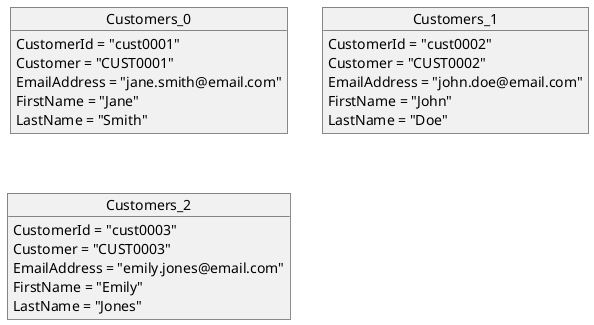
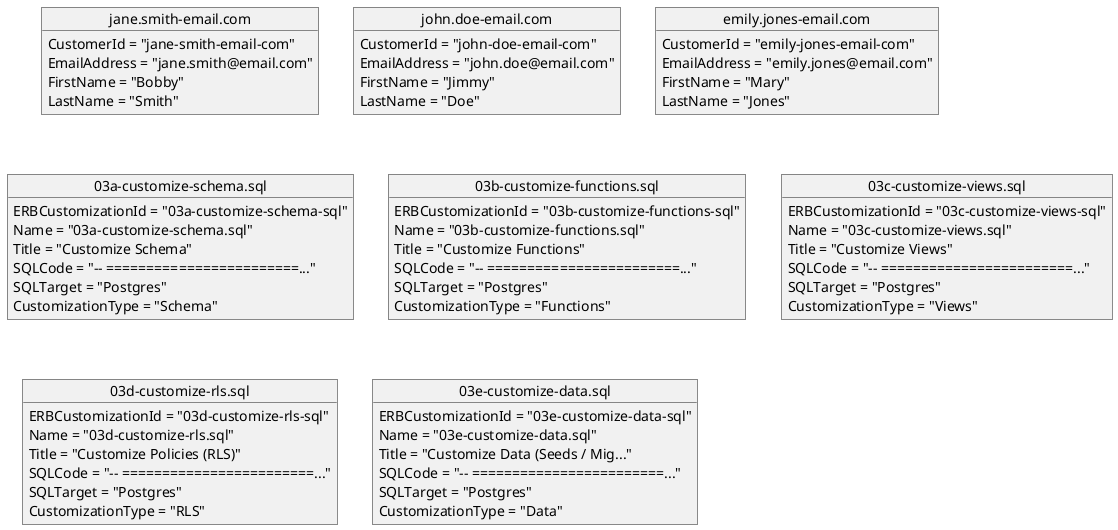
@startuml

- object "Customers_0" as Customers_0 {
-   CustomerId = "cust0001"
-   Customer = "CUST0001"
+ object "jane.smith-email.com" as Customers_0 {
+   CustomerId = "jane-smith-email-com"
  EmailAddress = "jane.smith@email.com"
-   FirstName = "Jane"
+   FirstName = "Bobby"
  LastName = "Smith"
}

- object "Customers_1" as Customers_1 {
-   CustomerId = "cust0002"
-   Customer = "CUST0002"
+ object "john.doe-email.com" as Customers_1 {
+   CustomerId = "john-doe-email-com"
  EmailAddress = "john.doe@email.com"
-   FirstName = "John"
+   FirstName = "Jimmy"
  LastName = "Doe"
}

- object "Customers_2" as Customers_2 {
-   CustomerId = "cust0003"
-   Customer = "CUST0003"
+ object "emily.jones-email.com" as Customers_2 {
+   CustomerId = "emily-jones-email-com"
  EmailAddress = "emily.jones@email.com"
-   FirstName = "Emily"
+   FirstName = "Mary"
  LastName = "Jones"
}

+ object "03a-customize-schema.sql" as ERBCustomizations_0 {
+   ERBCustomizationId = "03a-customize-schema-sql"
+   Name = "03a-customize-schema.sql"
+   Title = "Customize Schema"
+   SQLCode = "-- ========================..."
+   SQLTarget = "Postgres"
+   CustomizationType = "Schema"
+ }
+ 
+ object "03b-customize-functions.sql" as ERBCustomizations_1 {
+   ERBCustomizationId = "03b-customize-functions-sql"
+   Name = "03b-customize-functions.sql"
+   Title = "Customize Functions"
+   SQLCode = "-- ========================..."
+   SQLTarget = "Postgres"
+   CustomizationType = "Functions"
+ }
+ 
+ object "03c-customize-views.sql" as ERBCustomizations_2 {
+   ERBCustomizationId = "03c-customize-views-sql"
+   Name = "03c-customize-views.sql"
+   Title = "Customize Views"
+   SQLCode = "-- ========================..."
+   SQLTarget = "Postgres"
+   CustomizationType = "Views"
+ }
+ 
+ object "03d-customize-rls.sql" as ERBCustomizations_3 {
+   ERBCustomizationId = "03d-customize-rls-sql"
+   Name = "03d-customize-rls.sql"
+   Title = "Customize Policies (RLS)"
+   SQLCode = "-- ========================..."
+   SQLTarget = "Postgres"
+   CustomizationType = "RLS"
+ }
+ 
+ object "03e-customize-data.sql" as ERBCustomizations_4 {
+   ERBCustomizationId = "03e-customize-data-sql"
+   Name = "03e-customize-data.sql"
+   Title = "Customize Data (Seeds / Mig..."
+   SQLCode = "-- ========================..."
+   SQLTarget = "Postgres"
+   CustomizationType = "Data"
+ }
+ 
@enduml